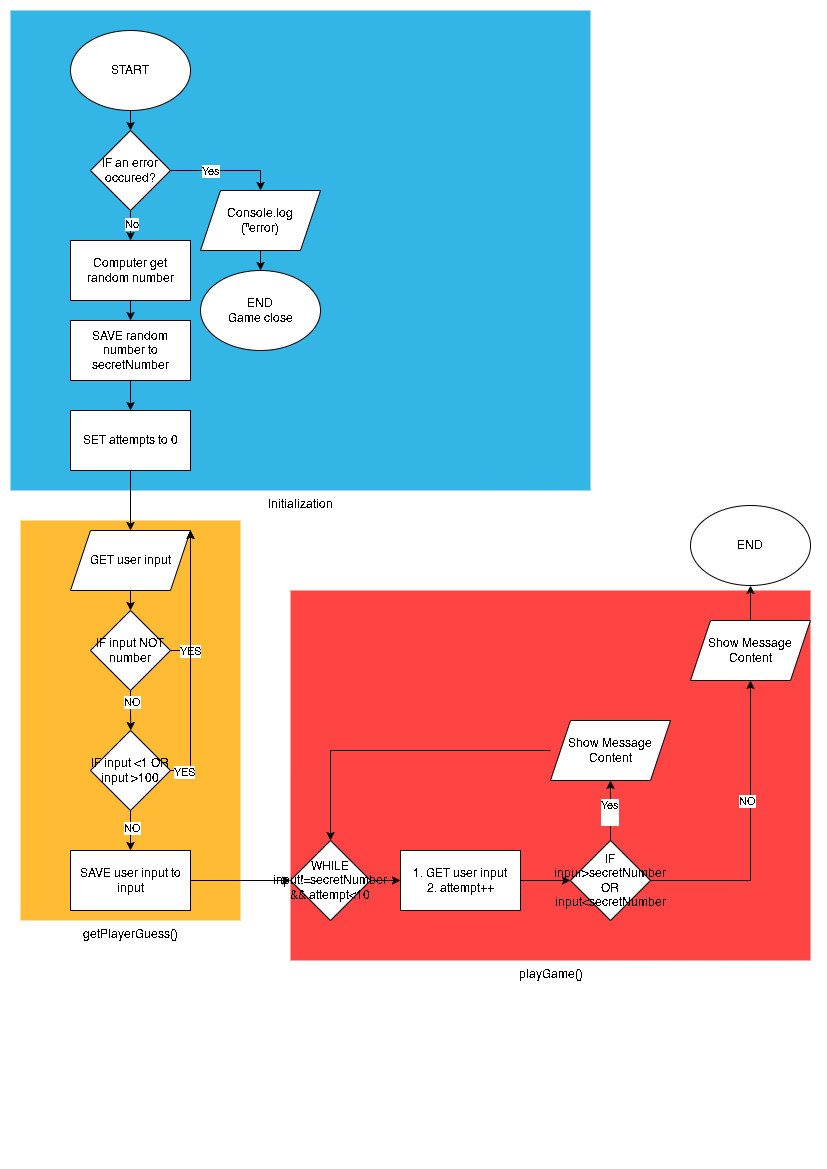
Earlier version of the draw.io export Number_Guessing/NumberGuessingGame.drawio.png (khankhanfauzan/revou_interactive_demo_sessions_js). Source tidied: cells renumbered, new cells last; positions are measured from the earlier drawing's top-left corner, leaving out a move shared by most shapes.
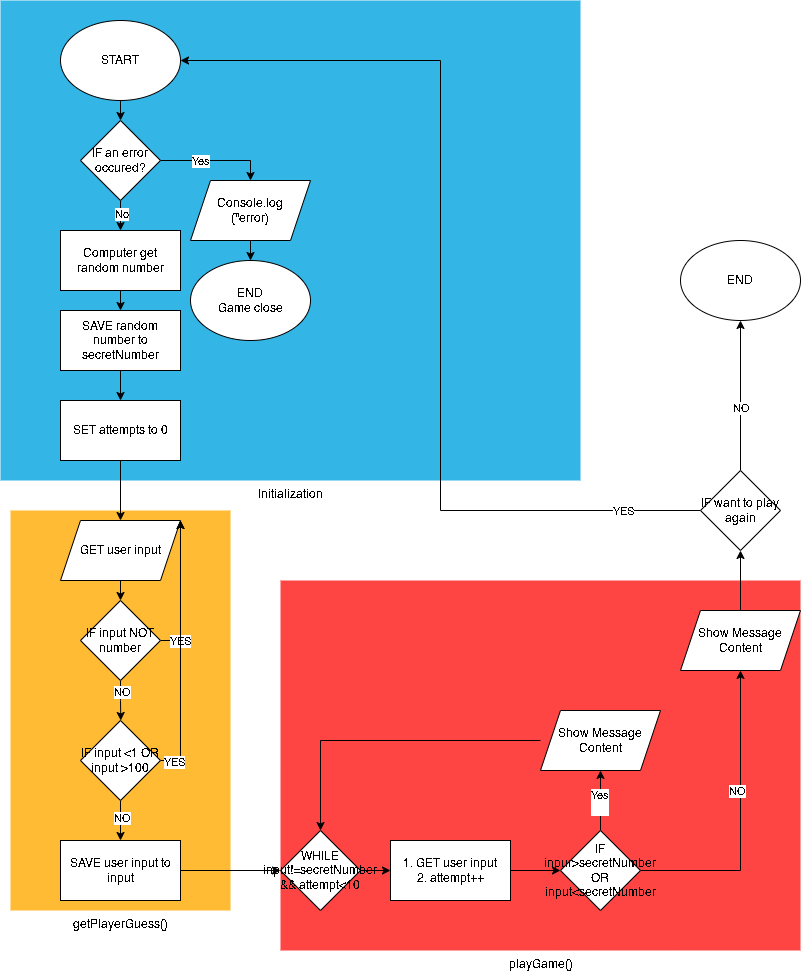
The same file after the commit.

Commit message:
fix: Fix NumberGuessing FlowChart

The edit, as a diff of the source:
```diff
@@ -141,19 +141,34 @@
         <mxPoint x="540" y="740" as="sourcePoint" />
       </mxGeometry>
     </mxCell>
-    <mxCell id="45" style="edgeStyle=orthogonalEdgeStyle;rounded=0;jettySize=auto;html=1;exitX=0.5;exitY=0;exitDx=0;exitDy=0;" parent="1" edge="1" target="46">
+    <mxCell id="45" style="edgeStyle=orthogonalEdgeStyle;rounded=0;jettySize=auto;html=1;exitX=0.5;exitY=0;exitDx=0;exitDy=0;entryX=0.5;entryY=1;entryDx=0;entryDy=0;" parent="1" edge="1" target="53">
       <mxGeometry relative="1" as="geometry">
         <mxPoint x="740" y="610" as="sourcePoint" />
       </mxGeometry>
     </mxCell>
-    <mxCell id="46" value="END" style="ellipse;whiteSpace=wrap;html=1;" parent="1" vertex="1">
-      <mxGeometry x="680" y="495" width="120" height="80" as="geometry" />
-    </mxCell>
     <mxCell id="47" value="Show Message Content" style="shape=parallelogram;perimeter=parallelogramPerimeter;whiteSpace=wrap;html=1;fixedSize=1;" parent="1" vertex="1">
       <mxGeometry x="540" y="710" width="120" height="60" as="geometry" />
     </mxCell>
     <mxCell id="48" value="Show Message Content" style="shape=parallelogram;perimeter=parallelogramPerimeter;whiteSpace=wrap;html=1;fixedSize=1;" parent="1" vertex="1">
       <mxGeometry x="680" y="610" width="120" height="60" as="geometry" />
     </mxCell>
+    <mxCell id="49" style="edgeStyle=orthogonalEdgeStyle;rounded=0;jettySize=auto;html=1;exitX=0;exitY=0.5;exitDx=0;exitDy=0;entryX=1;entryY=0.5;entryDx=0;entryDy=0;" parent="1" edge="1" source="53" target="6">
+      <mxGeometry relative="1" as="geometry" />
+    </mxCell>
+    <mxCell id="50" value="YES" style="edgeLabel;html=1;align=center;verticalAlign=middle;" parent="49" vertex="1">
+      <mxGeometry x="-0.84" y="1" relative="1" as="geometry" />
+    </mxCell>
+    <mxCell id="51" style="edgeStyle=orthogonalEdgeStyle;rounded=0;jettySize=auto;html=1;exitX=0.5;exitY=0;exitDx=0;exitDy=0;entryX=0.5;entryY=1;entryDx=0;entryDy=0;" parent="1" edge="1" source="53" target="46">
+      <mxGeometry relative="1" as="geometry" />
+    </mxCell>
+    <mxCell id="52" value="NO" style="edgeLabel;html=1;align=center;verticalAlign=middle;" parent="51" vertex="1">
+      <mxGeometry x="-0.16" y="-1" relative="1" as="geometry" />
+    </mxCell>
+    <mxCell id="53" value="IF want to play again" style="rhombus;whiteSpace=wrap;html=1;" parent="1" vertex="1">
+      <mxGeometry x="700" y="470" width="80" height="80" as="geometry" />
+    </mxCell>
+    <mxCell id="46" value="END" style="ellipse;whiteSpace=wrap;html=1;" parent="1" vertex="1">
+      <mxGeometry x="680" y="240" width="120" height="80" as="geometry" />
+    </mxCell>
   </root>
 </mxGraphModel>
```
